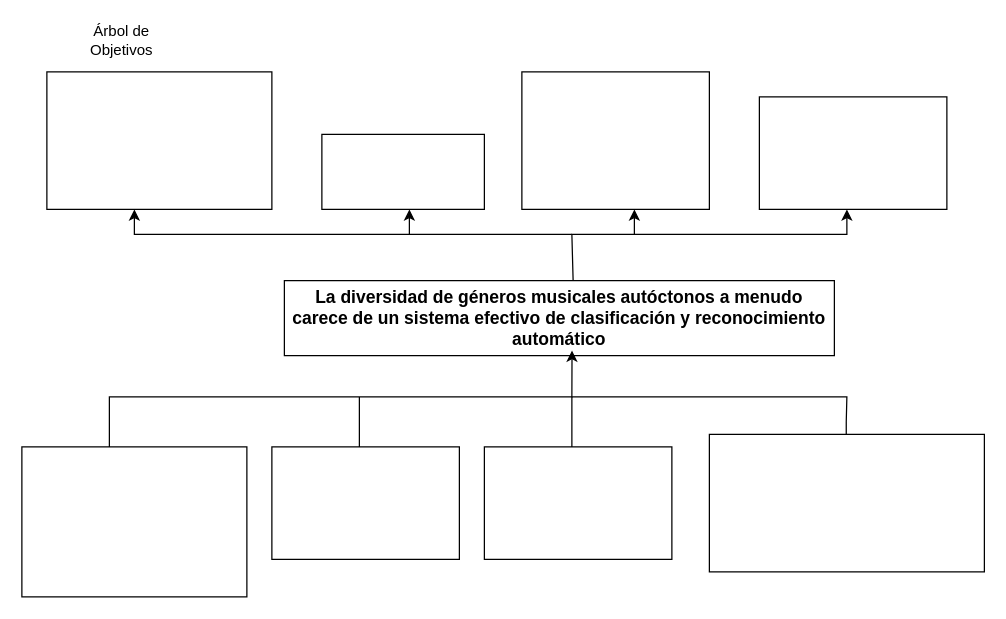
This is arbolObj.drawio from severocruz/twitor, a draw.io file, before an edit. Source tidied: cells renumbered, new cells numbered last; positions are measured from the earlier drawing's top-left corner, leaving out a move shared by most shapes. Both pictures are drawn from the tidied source at 125%, with x=0, y=0 at pixel (21, 21).
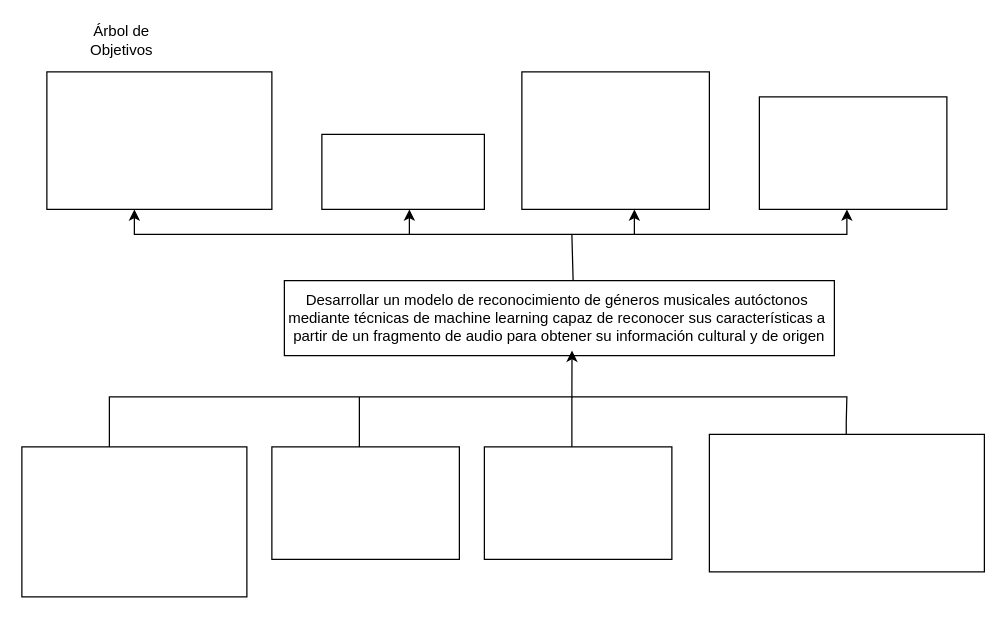
After the change.

The edit, as a diff of the source:
```diff
@@
-    <mxCell id="2" value="&lt;b style=&quot;font-size: 14px;&quot;&gt;La&amp;nbsp;diversidad de géneros musicales autóctonos a menudo carece de un sistema&amp;nbsp;efectivo de clasificación y reconocimiento automático&lt;/b&gt;" style="rounded=0;whiteSpace=wrap;html=1;align=center;" parent="1" vertex="1">
+    <mxCell id="2" value="&lt;font style=&quot;font-size: 12px;&quot;&gt;Desarrollar&amp;nbsp;un &lt;span style=&quot;font-family: Arial, sans-serif;&quot; lang=&quot;ES&quot;&gt;modelo&amp;nbsp;de reconocimiento de géneros musicales autóctonos&amp;nbsp; mediante técnicas de machine&amp;nbsp;learning capaz de reconocer sus características a&amp;nbsp; partir de un fragmento de&amp;nbsp;audio para obtener su información cultural y de origen&lt;/span&gt;&lt;/font&gt;" style="rounded=0;whiteSpace=wrap;html=1;align=center;" parent="1" vertex="1">
       <mxGeometry x="210" y="207" width="440" height="60" as="geometry" />
     </mxCell>
```
